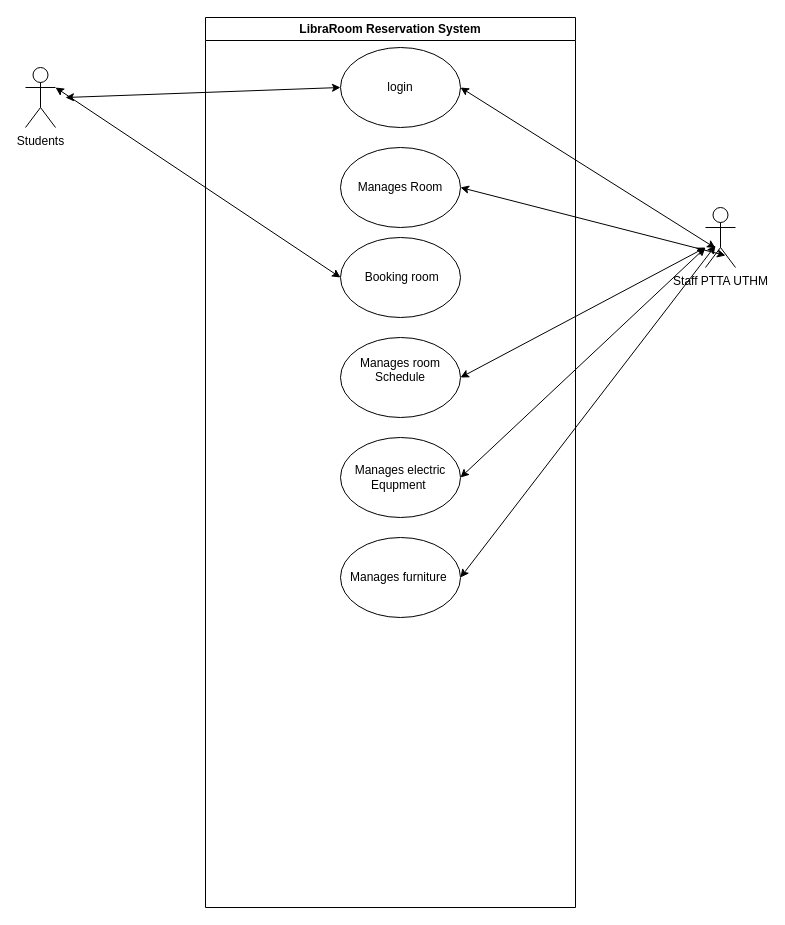
The draw.io diagram re.drawio in SNFASA/Hikmah-and-Ekplorasi-Room-Reservation-System, before the edit. Source tidied: cells renumbered, new cells numbered last; positions are measured from the earlier drawing's top-left corner, leaving out a move shared by most shapes. Both pictures are drawn from the tidied source at 100%, with x=0, y=0 at pixel (25, 17).
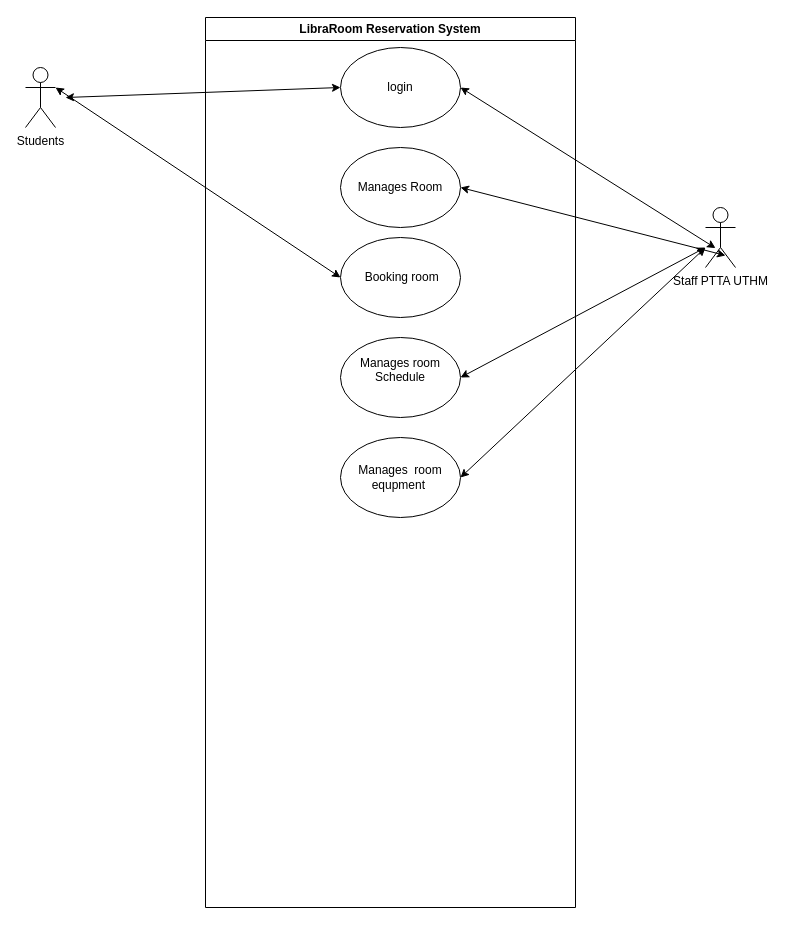
The same diagram, later.

Commit message:
new use case

Unchanged cells that the change refers to:
```xml
<mxCell id="2" value="LibraRoom Reservation System" style="swimlane;whiteSpace=wrap;html=1;rounded=0;" parent="1" vertex="1">
  <mxGeometry x="180" width="370" height="890" as="geometry" />
</mxCell>
```

What changed in the source:
```diff
@@
-    <mxCell id="5" value="Manages furniture&amp;nbsp;" style="ellipse;whiteSpace=wrap;html=1;rounded=0;" parent="2" vertex="1">
-      <mxGeometry x="135" y="520" width="120" height="80" as="geometry" />
-    </mxCell>
-    <mxCell id="6" value="Manages electric Equpment&amp;nbsp;" style="ellipse;whiteSpace=wrap;html=1;rounded=0;" parent="2" vertex="1">
+    <mxCell id="6" value="Manages&amp;nbsp; room equpment&amp;nbsp;" style="ellipse;whiteSpace=wrap;html=1;rounded=0;" parent="2" vertex="1">
       <mxGeometry x="135" y="420" width="120" height="80" as="geometry" />
     </mxCell>
@@
-    <mxCell id="12" style="endArrow=classic;startArrow=classic;html=1;rounded=0;exitX=1;exitY=0.5;exitDx=0;exitDy=0;" parent="1" edge="1" source="5">
-      <mxGeometry relative="1" as="geometry">
-        <mxPoint x="690" y="228" as="targetPoint" />
-      </mxGeometry>
-    </mxCell>
```
